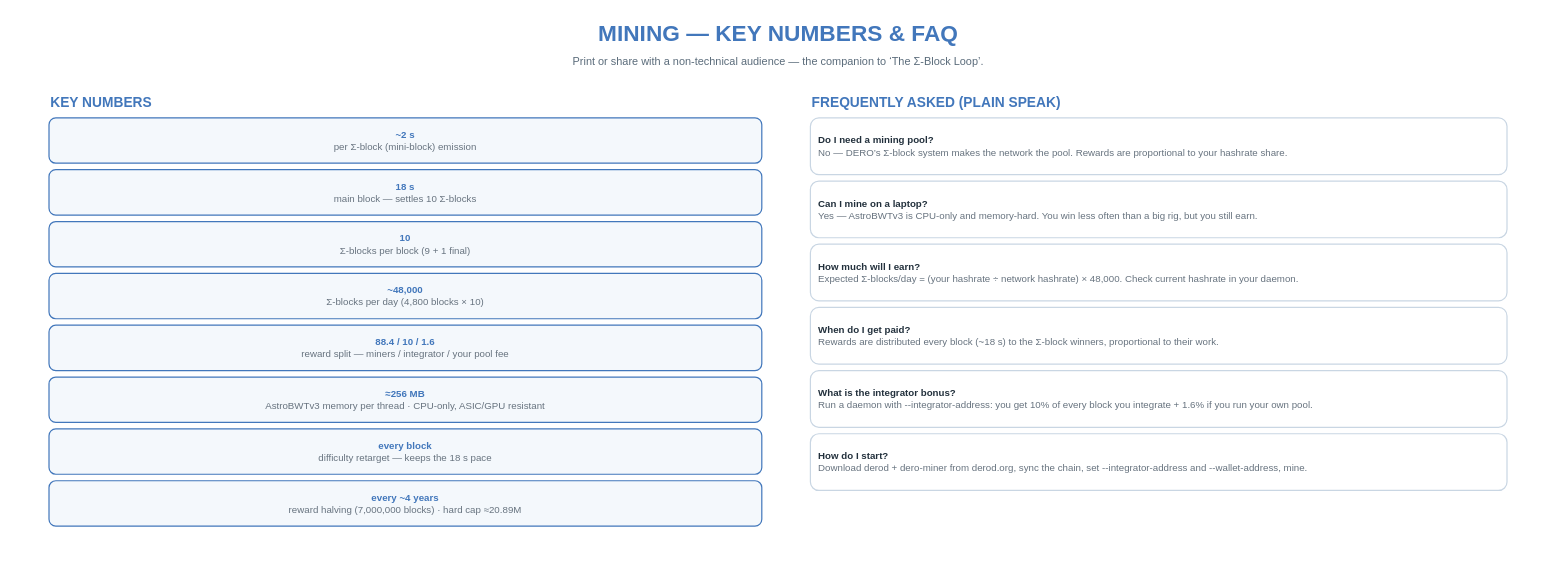
This is page "Mining Key Numbers & FAQ" (2 of 2) of DERO.MINING.drawio from liqdmetal/DERO.STARGATE.DIAGRAMS, a draw.io file, before an edit. Source tidied: cells renumbered, new cells numbered last; positions are measured from the earlier drawing's top-left corner, leaving out a move shared by most shapes. Both pictures are drawn from the tidied source at 81%, with x=0, y=0 at pixel (16, 14).
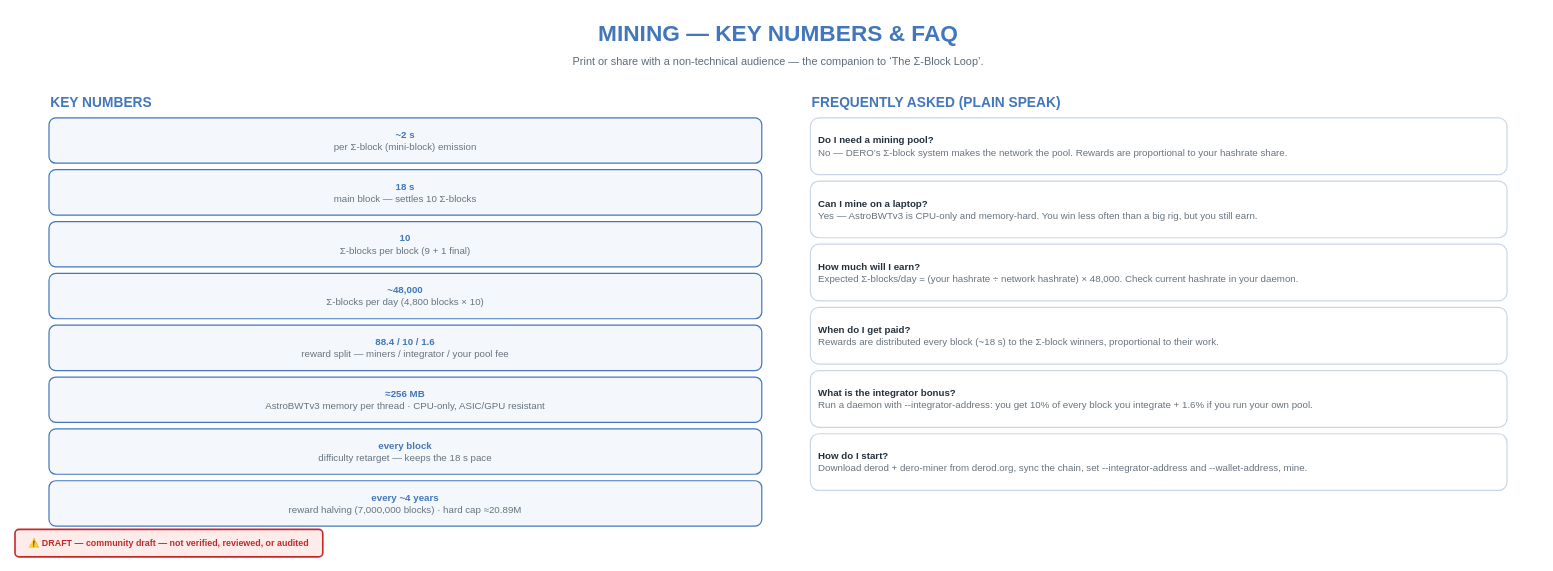
The same diagram, later.

What changed in the source:
```diff
@@
+    <mxCell id="20" value="⚠️ DRAFT — community draft — not verified, reviewed, or audited" style="rounded=1;whiteSpace=wrap;html=1;fillColor=#FDECEA;strokeColor=#C62828;strokeWidth=2;fontSize=11;fontStyle=1;fontColor=#C62828;align=center;verticalAlign=middle;" parent="1" vertex="1">
+      <mxGeometry x="-2" y="636" width="380" height="34" as="geometry" />
+    </mxCell>
```
